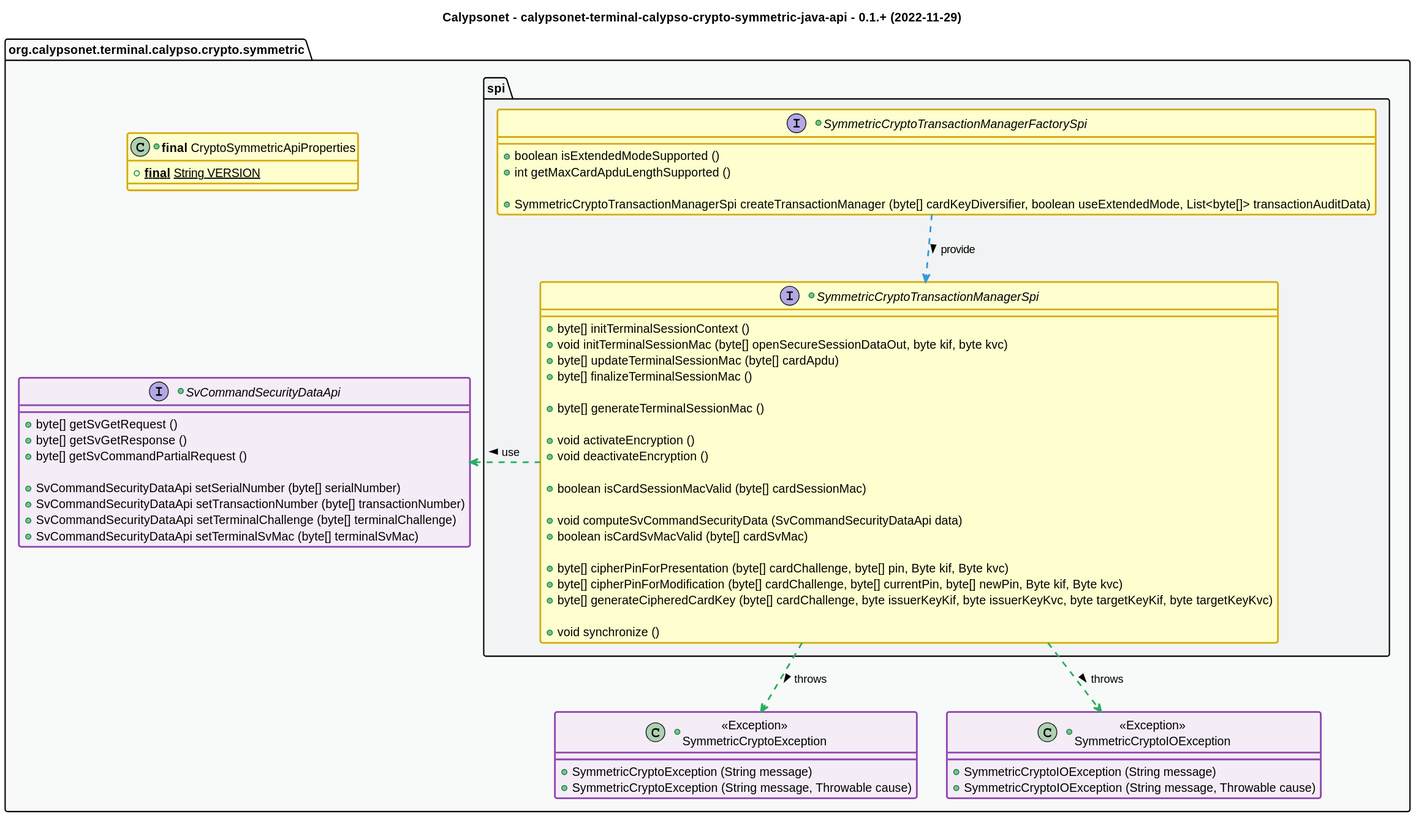
Above: 0.1.0-SNAPSHOT/api_class_diagram.svg in calypsonet/calypsonet-terminal-calypso-crypto-symmetric-uml-api (PlantUML), before the change.
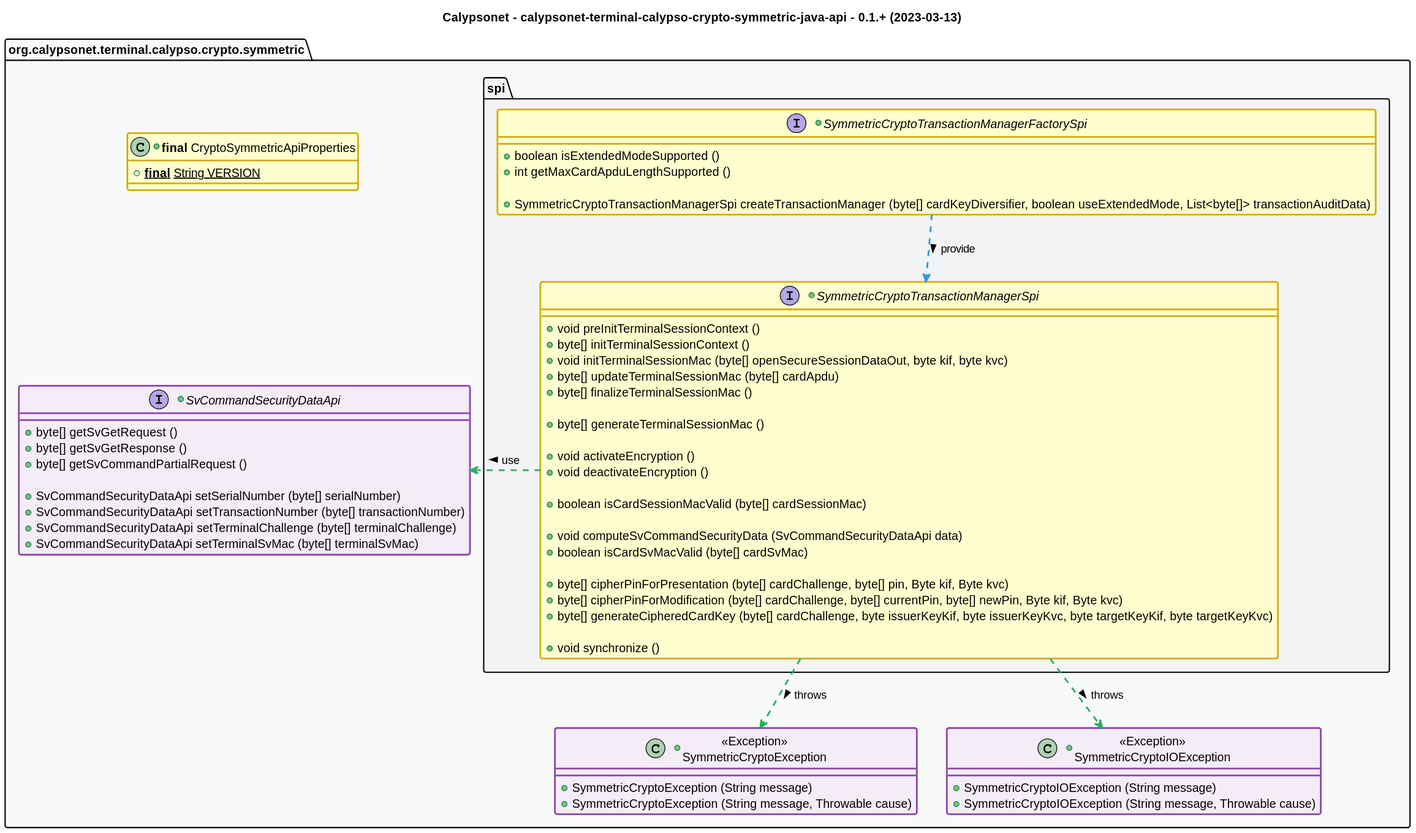
Above is the later version.

Diff of the diagram source:
```diff
@@ -1,6 +1,6 @@
 @startuml
 title
-    Calypsonet - calypsonet-terminal-calypso-crypto-symmetric-java-api - 0.1.+ (2022-11-29)
+    Calypsonet - calypsonet-terminal-calypso-crypto-symmetric-java-api - 0.1.+ (2023-03-13)
 end title
 
 
@@ -52,6 +52,7 @@
             +SymmetricCryptoTransactionManagerSpi createTransactionManager (byte[] cardKeyDiversifier, boolean useExtendedMode, List<byte[]> transactionAuditData)
         }
         +interface SymmetricCryptoTransactionManagerSpi {
+            +void preInitTerminalSessionContext ()
             +byte[] initTerminalSessionContext ()
             +void initTerminalSessionMac (byte[] openSecureSessionDataOut, byte kif, byte kvc)
             +byte[] updateTerminalSessionMac (byte[] cardApdu)
@@ -105,10 +106,9 @@
 
 
 package api #C_GREY1 {}
-package spi #C_GREY2 {}
+package api.spi #C_GREY2 {}
 
-interface SvCommandSecurityDataApi <<purple>>
-class SymmetricCryptoException <<purple>>
-class SymmetricCryptoIOException <<purple>>
-
+interface api.SvCommandSecurityDataApi <<purple>>
+class api.SymmetricCryptoException <<purple>>
+class api.SymmetricCryptoIOException <<purple>>
 @enduml
```
